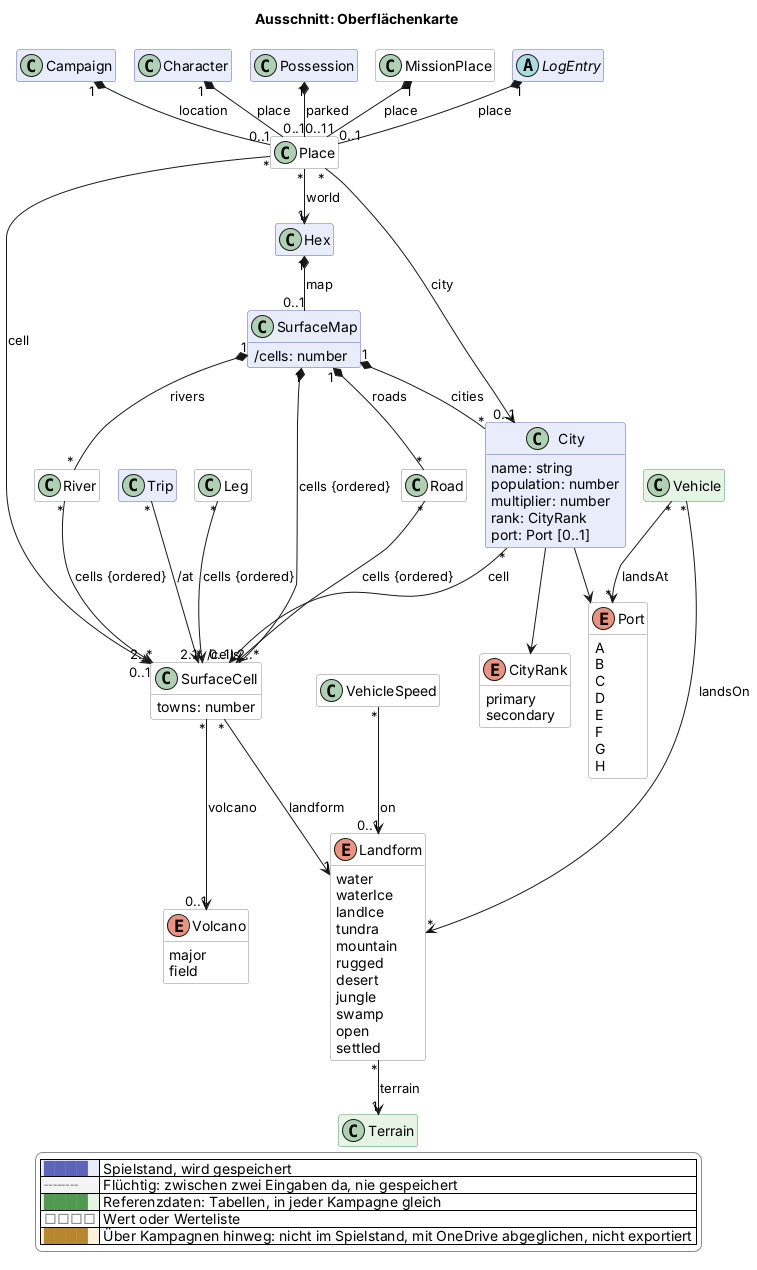
This is docs/views/oberflaeche.png from scuzzar/SRE, a PlantUML export, as it was before one commit.
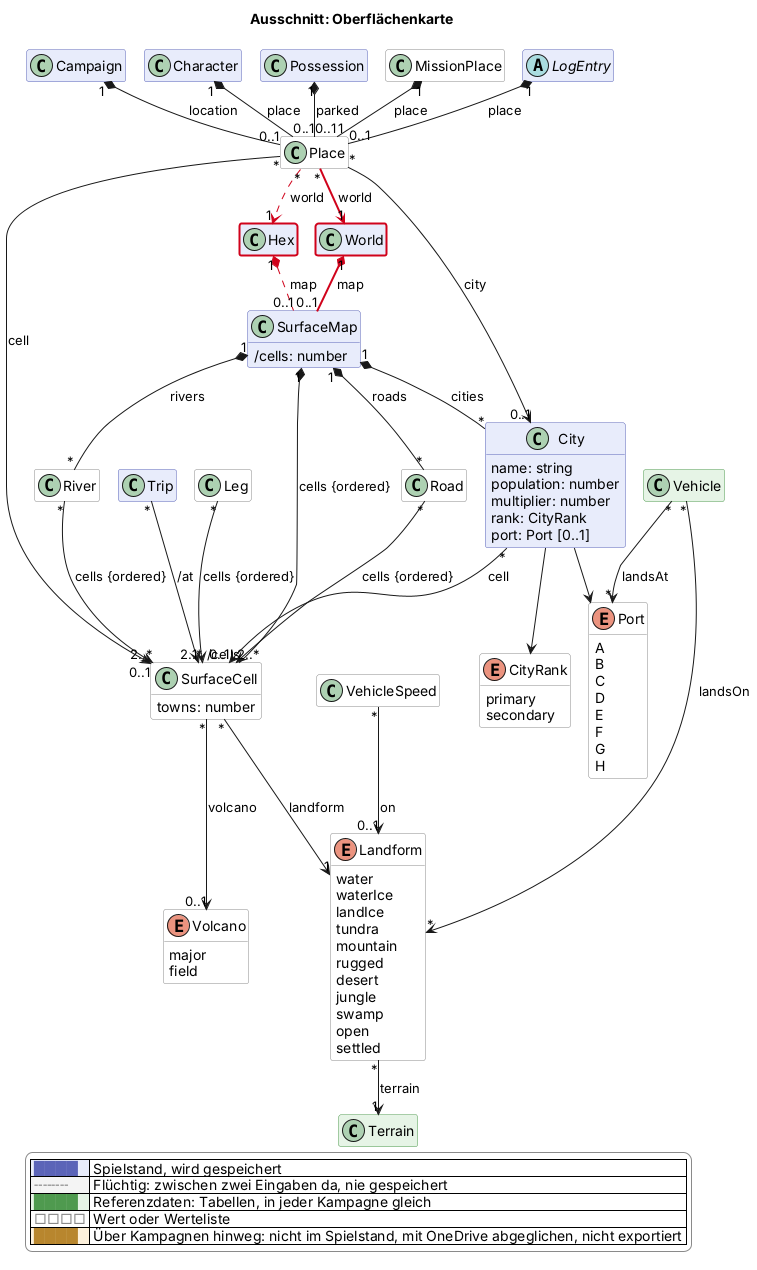
After the commit.

Change to the diagram source:
```diff
@@ -77,6 +77,7 @@
 
 
   class Hex $sektor
+  class World $sektor $newClass("2026-11-20b")
 
   class MissionPlace <<value>> $mission
 
@@ -149,7 +150,8 @@
 MissionPlace "1" *-- "1" Place : place
 
 
-Hex "1" *-- "0..1" SurfaceMap : map
+Hex "1" *-$goneArrow("2026-11-20b")- "0..1" SurfaceMap : map
+World "1" *-$newArrow("2026-11-20b")- "0..1" SurfaceMap : map
 SurfaceMap "1" *-- "/cells" SurfaceCell : cells {ordered}
 SurfaceCell "*" --> "1" Landform : landform
 SurfaceCell "*" --> "0..1" Volcano : volcano
@@ -160,7 +162,8 @@
 Road "*" --> "2..*" SurfaceCell : cells {ordered}
 City "*" --> "0..1" SurfaceCell : cell
 LogEntry "1" *-- "0..1" Place : place
-Place "*" --> "1" Hex : world
+Place "*" -$goneArrow("2026-11-20b")-> "1" Hex : world
+Place "*" -$newArrow("2026-11-20b")-> "1" World : world
 Place "*" --> "0..1" SurfaceCell : cell
 Place "*" --> "0..1" City : city
 City --> CityRank
@@ -188,4 +191,5 @@
   |<#ffffff> <color:#8a8a8a>□□□□</color> | Wert oder Werteliste |
   |<#fdf1dc> <color:#b8862e>████</color> | Über Kampagnen hinweg: nicht im Spielstand, mit OneDrive abgeglichen, nicht exportiert |
 endlegend
+class Hex #line:d0021b;line.bold
 @enduml
```
